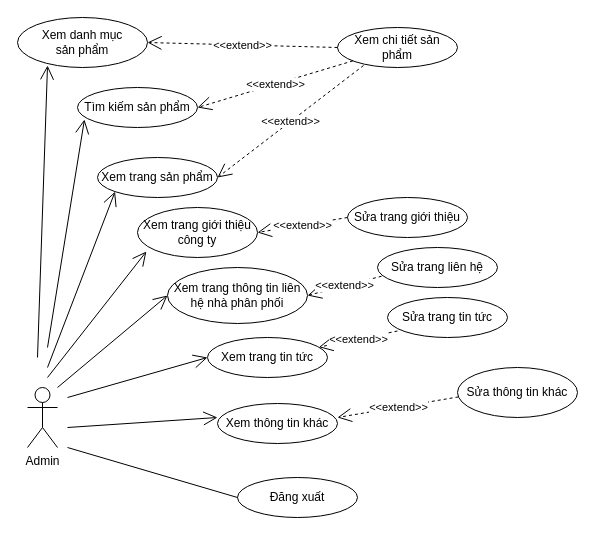
This is Use Case/AdminUC.drawio from hoangminh15/PTTKHT, a draw.io file, before an edit. Source tidied: cells renumbered, new cells numbered last; positions are measured from the earlier drawing's top-left corner, leaving out a move shared by most shapes. Both pictures are drawn from the tidied source at 100%, with x=0, y=0 at pixel (17, 17).
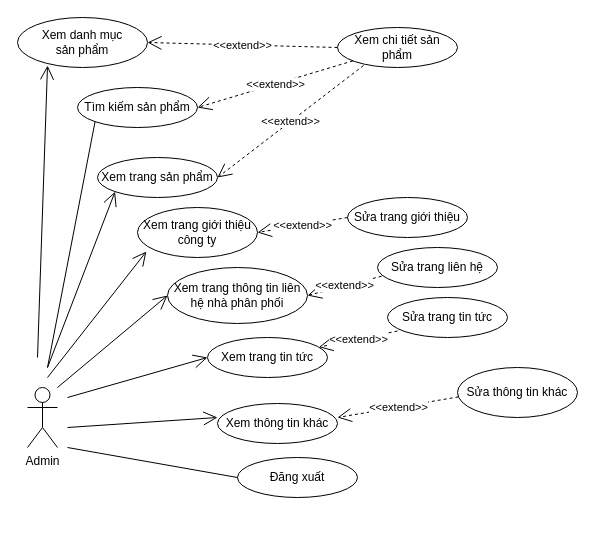
After the change.

Unchanged cells that the change refers to:
```xml
<mxCell id="17" value="Tìm kiếm sản phẩm" style="ellipse;whiteSpace=wrap;html=1;" parent="1" vertex="1">
  <mxGeometry x="60" y="70" width="120" height="40" as="geometry" />
</mxCell>
```

Diff of the diagram source:
```diff
@@
     <mxCell id="3" value="Đăng xuất" style="ellipse;whiteSpace=wrap;html=1;" parent="1" vertex="1">
-      <mxGeometry x="220" y="460" width="120" height="40" as="geometry" />
+      <mxGeometry x="220" y="440" width="120" height="40" as="geometry" />
     </mxCell>
@@
-    <mxCell id="29" style="endArrow=open;endFill=1;endSize=12;html=1;entryX=0.058;entryY=0.8;entryDx=0;entryDy=0;entryPerimeter=0;" parent="1" edge="1" target="17">
-      <mxGeometry relative="1" as="geometry">
-        <mxPoint x="30" y="330" as="sourcePoint" />
-      </mxGeometry>
-    </mxCell>
@@
+    <mxCell id="31" style="endArrow=none;html=1;entryX=0;entryY=1;entryDx=0;entryDy=0;" parent="1" edge="1" target="17">
+      <mxGeometry relative="1" as="geometry">
+        <mxPoint x="30" y="350" as="sourcePoint" />
+      </mxGeometry>
+    </mxCell>
```
